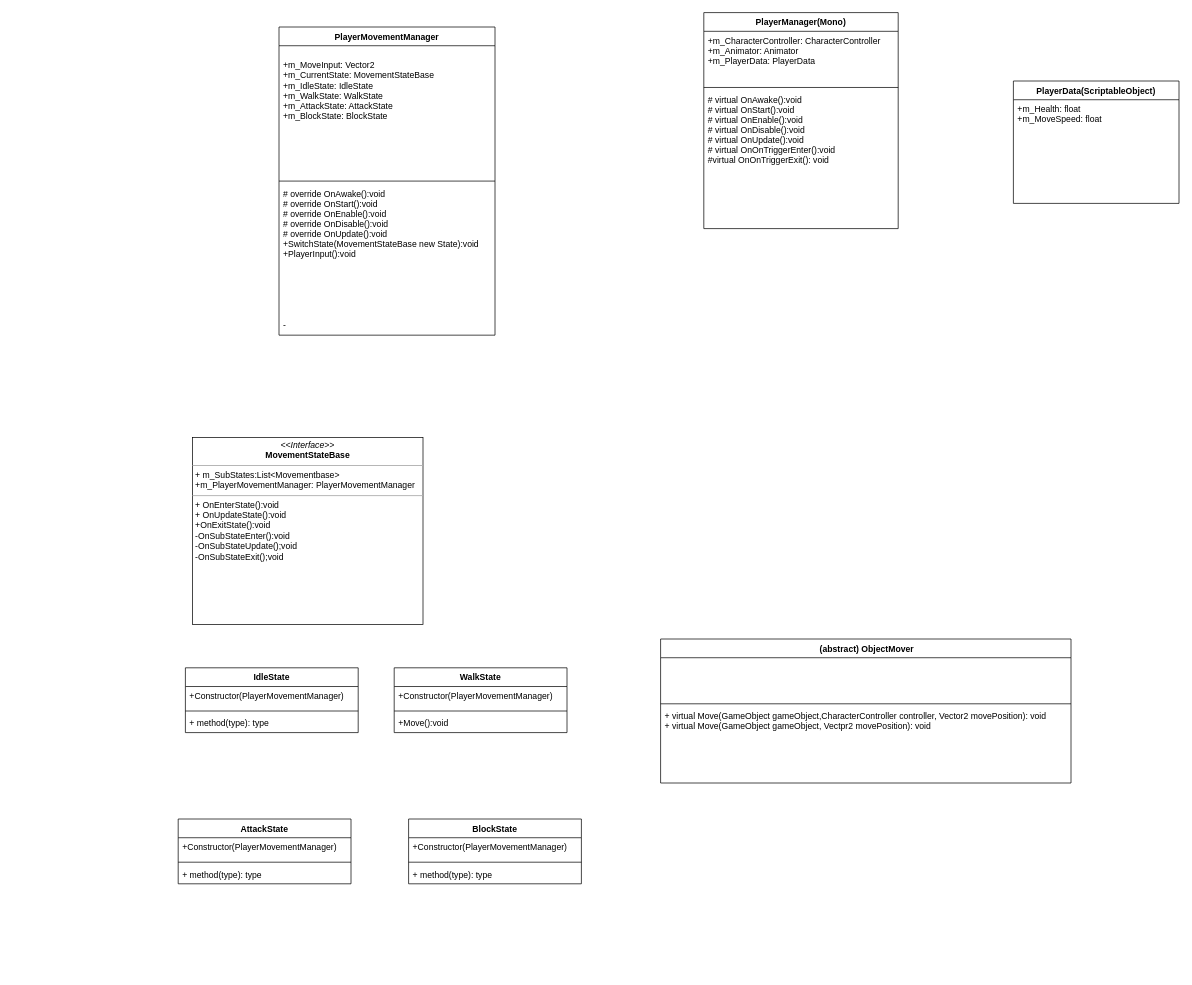
wankhadeyash/software_architecture keeps this draw.io diagram as PirateGame/Untitled Diagram.drawio. Above is the earlier version. Source tidied: cells renumbered, new cells numbered last; positions are measured from the earlier drawing's top-left corner, leaving out a move shared by most shapes. Both pictures are drawn from the tidied source at 72%, with x=0, y=0 at pixel (178, 12).
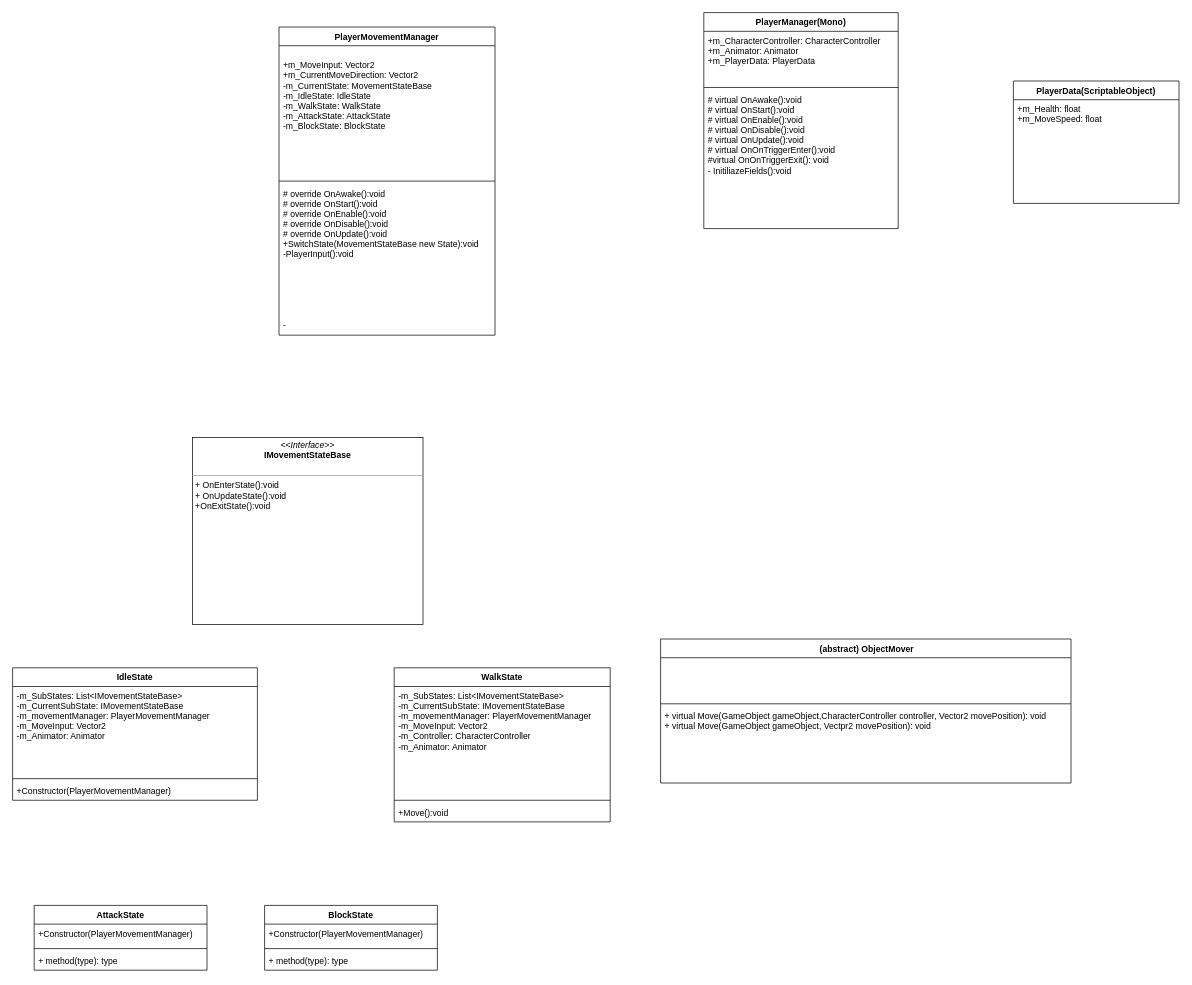
The same page after the edit.

The change refers to these unchanged cells:
```xml
<mxCell id="4" value="PlayerManager(Mono)" style="swimlane;fontStyle=1;align=center;verticalAlign=top;horizontal=1;startSize=26;" parent="1" vertex="1">
  <mxGeometry x="730" width="270" height="300" as="geometry" />
</mxCell>
<mxCell id="20" value="PlayerMovementManager" style="swimlane;fontStyle=1;align=center;verticalAlign=top;horizontal=1;startSize=26;" parent="1" vertex="1">
  <mxGeometry x="140" y="20" width="300" height="428" as="geometry" />
</mxCell>
```

Diff of the diagram source:
```diff
@@
-    <mxCell id="7" value="# virtual OnAwake():void&#10;# virtual OnStart():void&#10;# virtual OnEnable():void&#10;# virtual OnDisable():void&#10;# virtual OnUpdate():void&#10;# virtual OnOnTriggerEnter():void&#10;#virtual OnOnTriggerExit(): void" style="text;strokeColor=none;fillColor=none;align=left;verticalAlign=top;spacingLeft=4;spacingRight=4;overflow=hidden;" parent="4" vertex="1">
+    <mxCell id="7" value="# virtual OnAwake():void&#10;# virtual OnStart():void&#10;# virtual OnEnable():void&#10;# virtual OnDisable():void&#10;# virtual OnUpdate():void&#10;# virtual OnOnTriggerEnter():void&#10;#virtual OnOnTriggerExit(): void&#10;- InitiliazeFields():void" style="text;strokeColor=none;fillColor=none;align=left;verticalAlign=top;spacingLeft=4;spacingRight=4;overflow=hidden;" parent="4" vertex="1">
       <mxGeometry y="108" width="270" height="192" as="geometry" />
     </mxCell>
     <mxCell id="8" value="WalkState" style="swimlane;fontStyle=1;align=center;verticalAlign=top;horizontal=1;startSize=26;" parent="1" vertex="1">
-      <mxGeometry x="300" y="910" width="240" height="90" as="geometry" />
+      <mxGeometry x="300" y="910" width="300" height="214" as="geometry" />
     </mxCell>
-    <mxCell id="9" value="+Constructor(PlayerMovementManager)" style="text;strokeColor=none;fillColor=none;align=left;verticalAlign=top;spacingLeft=4;spacingRight=4;overflow=hidden;" parent="8" vertex="1">
-      <mxGeometry y="26" width="240" height="30" as="geometry" />
+    <mxCell id="9" value="-m_SubStates: List&lt;IMovementStateBase&gt;&#10;-m_CurrentSubState: IMovementStateBase&#10;-m_movementManager: PlayerMovementManager&#10;-m_MoveInput: Vector2&#10;-m_Controller: CharacterController&#10;-m_Animator: Animator" style="text;strokeColor=none;fillColor=none;align=left;verticalAlign=top;spacingLeft=4;spacingRight=4;overflow=hidden;" parent="8" vertex="1">
+      <mxGeometry y="26" width="300" height="154" as="geometry" />
     </mxCell>
     <mxCell id="10" style="line;strokeWidth=1;fillColor=none;align=left;verticalAlign=middle;spacingTop=-1;spacingLeft=3;spacingRight=3;labelPosition=right;" parent="8" vertex="1">
-      <mxGeometry y="56" width="240" height="8" as="geometry" />
+      <mxGeometry y="180" width="300" height="8" as="geometry" />
     </mxCell>
     <mxCell id="11" value="+Move():void" style="text;strokeColor=none;fillColor=none;align=left;verticalAlign=top;spacingLeft=4;spacingRight=4;overflow=hidden;" parent="8" vertex="1">
-      <mxGeometry y="64" width="240" height="26" as="geometry" />
+      <mxGeometry y="188" width="300" height="26" as="geometry" />
     </mxCell>
     <mxCell id="12" value="AttackState" style="swimlane;fontStyle=1;align=center;verticalAlign=top;horizontal=1;startSize=26;" parent="1" vertex="1">
-      <mxGeometry y="1120" width="240" height="90" as="geometry" />
+      <mxGeometry x="-200" y="1240" width="240" height="90" as="geometry" />
     </mxCell>
@@
     <mxCell id="16" value="BlockState" style="swimlane;fontStyle=1;align=center;verticalAlign=top;horizontal=1;startSize=26;" parent="1" vertex="1">
-      <mxGeometry x="320" y="1120" width="240" height="90" as="geometry" />
+      <mxGeometry x="120" y="1240" width="240" height="90" as="geometry" />
     </mxCell>
@@
-    <mxCell id="21" value="&#10;+m_MoveInput: Vector2&#10;+m_CurrentState: MovementStateBase&#10;+m_IdleState: IdleState&#10;+m_WalkState: WalkState&#10;+m_AttackState: AttackState&#10;+m_BlockState: BlockState" style="text;strokeColor=none;fillColor=none;align=left;verticalAlign=top;spacingLeft=4;spacingRight=4;overflow=hidden;" parent="20" vertex="1">
+    <mxCell id="21" value="&#10;+m_MoveInput: Vector2&#10;+m_CurrentMoveDirection: Vector2&#10;-m_CurrentState: MovementStateBase&#10;-m_IdleState: IdleState&#10;-m_WalkState: WalkState&#10;-m_AttackState: AttackState&#10;-m_BlockState: BlockState" style="text;strokeColor=none;fillColor=none;align=left;verticalAlign=top;spacingLeft=4;spacingRight=4;overflow=hidden;" parent="20" vertex="1">
       <mxGeometry y="26" width="300" height="184" as="geometry" />
     </mxCell>
@@
-    <mxCell id="23" value="# override OnAwake():void&#10;# override OnStart():void&#10;# override OnEnable():void&#10;# override OnDisable():void&#10;# override OnUpdate():void&#10;+SwitchState(MovementStateBase new State):void&#10;+PlayerInput():void&#10;&#10;&#10;&#10;&#10;&#10;&#10;-" style="text;strokeColor=none;fillColor=none;align=left;verticalAlign=top;spacingLeft=4;spacingRight=4;overflow=hidden;" parent="20" vertex="1">
+    <mxCell id="23" value="# override OnAwake():void&#10;# override OnStart():void&#10;# override OnEnable():void&#10;# override OnDisable():void&#10;# override OnUpdate():void&#10;+SwitchState(MovementStateBase new State):void&#10;-PlayerInput():void&#10;&#10;&#10;&#10;&#10;&#10;&#10;-" style="text;strokeColor=none;fillColor=none;align=left;verticalAlign=top;spacingLeft=4;spacingRight=4;overflow=hidden;" parent="20" vertex="1">
       <mxGeometry y="218" width="300" height="210" as="geometry" />
     </mxCell>
-    <mxCell id="24" value="&lt;p style=&quot;margin:0px;margin-top:4px;text-align:center;&quot;&gt;&lt;i&gt;&amp;lt;&amp;lt;Interface&amp;gt;&amp;gt;&lt;/i&gt;&lt;br&gt;&lt;b&gt;MovementStateBase&lt;/b&gt;&lt;/p&gt;&lt;hr size=&quot;1&quot;&gt;&lt;p style=&quot;margin:0px;margin-left:4px;&quot;&gt;+ m_SubStates:List&amp;lt;Movementbase&amp;gt;&lt;br&gt;&lt;/p&gt;&lt;p style=&quot;margin:0px;margin-left:4px;&quot;&gt;+m_PlayerMovementManager: PlayerMovementManager&lt;/p&gt;&lt;hr size=&quot;1&quot;&gt;&lt;p style=&quot;margin:0px;margin-left:4px;&quot;&gt;+ OnEnterState():void&lt;/p&gt;&lt;p style=&quot;margin:0px;margin-left:4px;&quot;&gt;+ OnUpdateState():void&lt;/p&gt;&lt;p style=&quot;margin:0px;margin-left:4px;&quot;&gt;+OnExitState():void&lt;/p&gt;&lt;p style=&quot;margin:0px;margin-left:4px;&quot;&gt;-OnSubStateEnter():void&lt;br style=&quot;padding: 0px; margin: 0px;&quot;&gt;-OnSubStateUpdate();void&lt;br style=&quot;padding: 0px; margin: 0px;&quot;&gt;-OnSubStateExit();void&lt;br&gt;&lt;/p&gt;&lt;p style=&quot;margin:0px;margin-left:4px;&quot;&gt;&lt;br&gt;&lt;/p&gt;" style="verticalAlign=top;align=left;overflow=fill;fontSize=12;fontFamily=Helvetica;html=1;" parent="1" vertex="1">
+    <mxCell id="24" value="&lt;p style=&quot;margin:0px;margin-top:4px;text-align:center;&quot;&gt;&lt;i&gt;&amp;lt;&amp;lt;Interface&amp;gt;&amp;gt;&lt;/i&gt;&lt;br&gt;&lt;b&gt;IMovementStateBase&lt;/b&gt;&lt;/p&gt;&lt;p style=&quot;margin:0px;margin-left:4px;&quot;&gt;&lt;br&gt;&lt;/p&gt;&lt;hr size=&quot;1&quot;&gt;&lt;p style=&quot;margin:0px;margin-left:4px;&quot;&gt;+ OnEnterState():void&lt;/p&gt;&lt;p style=&quot;margin:0px;margin-left:4px;&quot;&gt;+ OnUpdateState():void&lt;/p&gt;&lt;p style=&quot;margin:0px;margin-left:4px;&quot;&gt;+OnExitState():void&lt;/p&gt;" style="verticalAlign=top;align=left;overflow=fill;fontSize=12;fontFamily=Helvetica;html=1;" parent="1" vertex="1">
       <mxGeometry x="20" y="590" width="320" height="260" as="geometry" />
     </mxCell>
@@
     <mxCell id="29" value="IdleState" style="swimlane;fontStyle=1;align=center;verticalAlign=top;horizontal=1;startSize=26;" parent="1" vertex="1">
-      <mxGeometry x="10" y="910" width="240" height="90" as="geometry" />
+      <mxGeometry x="-230" y="910" width="340" height="184" as="geometry" />
     </mxCell>
-    <mxCell id="30" value="+Constructor(PlayerMovementManager)" style="text;strokeColor=none;fillColor=none;align=left;verticalAlign=top;spacingLeft=4;spacingRight=4;overflow=hidden;" parent="29" vertex="1">
-      <mxGeometry y="26" width="240" height="30" as="geometry" />
+    <mxCell id="30" value="-m_SubStates: List&lt;IMovementStateBase&gt;&#10;-m_CurrentSubState: IMovementStateBase&#10;-m_movementManager: PlayerMovementManager&#10;-m_MoveInput: Vector2&#10;-m_Animator: Animator" style="text;strokeColor=none;fillColor=none;align=left;verticalAlign=top;spacingLeft=4;spacingRight=4;overflow=hidden;" parent="29" vertex="1">
+      <mxGeometry y="26" width="340" height="124" as="geometry" />
     </mxCell>
     <mxCell id="31" style="line;strokeWidth=1;fillColor=none;align=left;verticalAlign=middle;spacingTop=-1;spacingLeft=3;spacingRight=3;labelPosition=right;" parent="29" vertex="1">
-      <mxGeometry y="56" width="240" height="8" as="geometry" />
+      <mxGeometry y="150" width="340" height="8" as="geometry" />
     </mxCell>
-    <mxCell id="32" value="+ method(type): type" style="text;strokeColor=none;fillColor=none;align=left;verticalAlign=top;spacingLeft=4;spacingRight=4;overflow=hidden;" parent="29" vertex="1">
-      <mxGeometry y="64" width="240" height="26" as="geometry" />
+    <mxCell id="32" value="+Constructor(PlayerMovementManager)" style="text;strokeColor=none;fillColor=none;align=left;verticalAlign=top;spacingLeft=4;spacingRight=4;overflow=hidden;" parent="29" vertex="1">
+      <mxGeometry y="158" width="340" height="26" as="geometry" />
     </mxCell>
```
